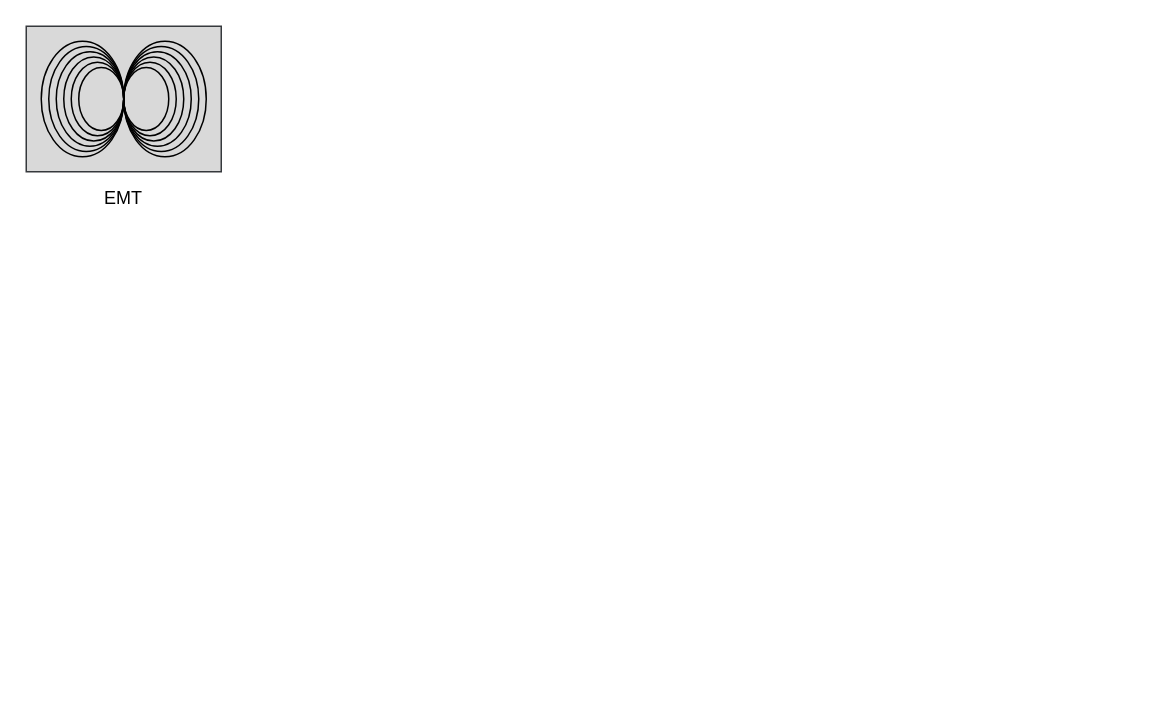
The draw.io diagram framework.drawio in Abigail248/endoscope_orb_slan3, before the edit. Source tidied: cells renumbered, new cells numbered last; positions are measured from the earlier drawing's top-left corner, leaving out a move shared by most shapes. Both pictures are drawn from the tidied source at 150%, with x=0, y=0 at pixel (26, 26). Pictures stored in the file or linked from it are replaced by grey dashed boxes.
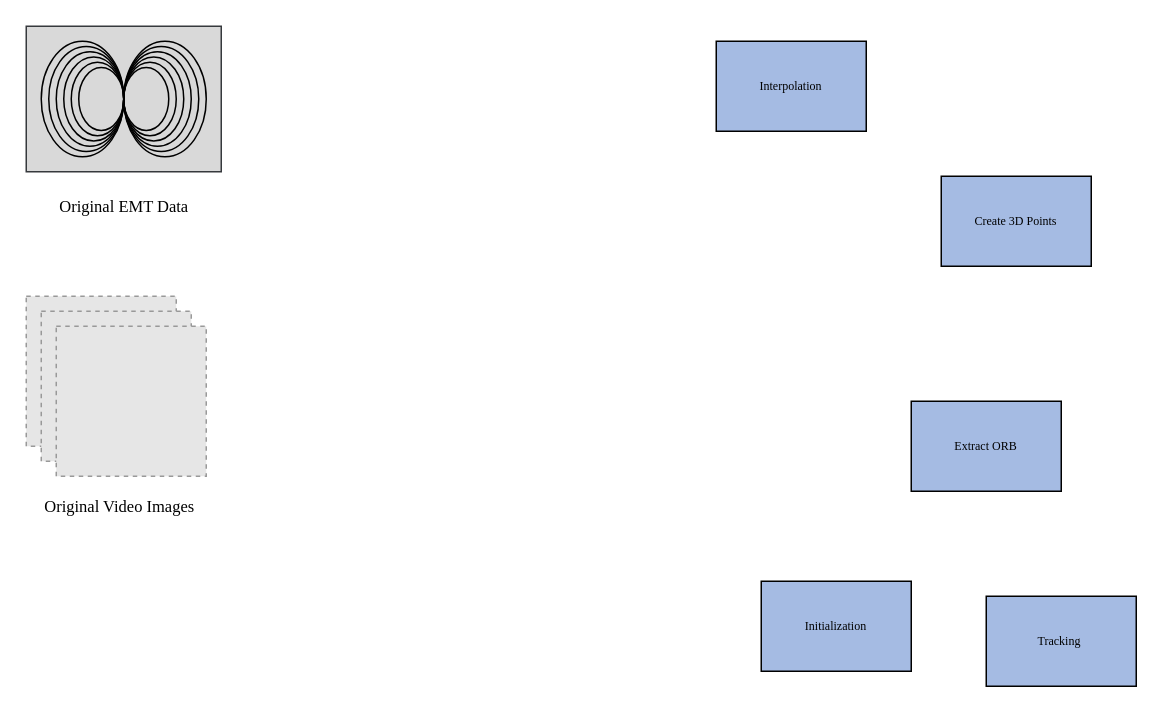
The same page after the edit.

Diff of the diagram source:
```diff
@@
     <mxCell id="2" style="group;" parent="1" vertex="1">
-      <mxGeometry width="130" height="130" as="geometry" />
+      <mxGeometry width="150" height="130" as="geometry" />
     </mxCell>
@@
-    <mxCell id="23" value="EMT" style="text;html=1;strokeColor=none;fillColor=none;align=center;verticalAlign=middle;whiteSpace=wrap;rounded=0;" parent="2" vertex="1">
-      <mxGeometry x="35" y="100" width="60" height="30" as="geometry" />
+    <mxCell id="23" value="&lt;font style=&quot;font-size: 11px;&quot;&gt;Original EMT Data&lt;br&gt;&lt;/font&gt;" style="text;html=1;strokeColor=none;fillColor=none;align=center;verticalAlign=middle;whiteSpace=wrap;rounded=0;fontFamily=Times New Roman;fontSize=8;" parent="2" vertex="1">
+      <mxGeometry x="7.5" y="110" width="115" height="20" as="geometry" />
     </mxCell>
+    <mxCell id="24" value="Interpolation" style="rounded=0;whiteSpace=wrap;html=1;fontFamily=Times New Roman;fontSize=8;fillColor=#A5BBE3;strokeColor=#000000;" parent="1" vertex="1">
+      <mxGeometry x="460" y="10" width="100" height="60" as="geometry" />
+    </mxCell>
+    <mxCell id="25" value="Initialization" style="rounded=0;whiteSpace=wrap;html=1;fontFamily=Times New Roman;fontSize=8;fillColor=#A5BBE3;strokeColor=#000000;" parent="1" vertex="1">
+      <mxGeometry x="490" y="370" width="100" height="60" as="geometry" />
+    </mxCell>
+    <mxCell id="26" value="Create 3D Points" style="rounded=0;whiteSpace=wrap;html=1;fontFamily=Times New Roman;fontSize=8;fillColor=#A5BBE3;strokeColor=#000000;" parent="1" vertex="1">
+      <mxGeometry x="610" y="100" width="100" height="60" as="geometry" />
+    </mxCell>
+    <mxCell id="27" value="Extract ORB" style="rounded=0;whiteSpace=wrap;html=1;fontFamily=Times New Roman;fontSize=8;fillColor=#A5BBE3;strokeColor=#000000;" parent="1" vertex="1">
+      <mxGeometry x="590" y="250" width="100" height="60" as="geometry" />
+    </mxCell>
+    <mxCell id="28" value="Tracking&amp;nbsp;" style="rounded=0;whiteSpace=wrap;html=1;fontFamily=Times New Roman;fontSize=8;fillColor=#A5BBE3;strokeColor=#000000;" parent="1" vertex="1">
+      <mxGeometry x="640" y="380" width="100" height="60" as="geometry" />
+    </mxCell>
+    <mxCell id="29" style="group;" parent="1" vertex="1">
+      <mxGeometry y="180" width="120" height="150" as="geometry" />
+    </mxCell>
+    <mxCell id="30" style="group;" parent="29" vertex="1">
+      <mxGeometry width="120" height="120" as="geometry" />
+    </mxCell>
+    <mxCell id="31" style="fillColor=#E6E6E6;strokeColor=#999999;dashed=1;verticalLabelPosition=bottom;labelBackgroundColor=default;verticalAlign=top;" parent="30" vertex="1">
+      <mxGeometry width="100" height="100" as="geometry" />
+    </mxCell>
+    <mxCell id="32" style="fillColor=#E6E6E6;strokeColor=#999999;dashed=1;verticalLabelPosition=bottom;labelBackgroundColor=default;verticalAlign=top;" parent="30" vertex="1">
+      <mxGeometry x="10" y="10" width="100" height="100" as="geometry" />
+    </mxCell>
+    <mxCell id="33" style="fillColor=#E6E6E6;strokeColor=#999999;dashed=1;verticalLabelPosition=bottom;labelBackgroundColor=default;verticalAlign=top;" parent="30" vertex="1">
+      <mxGeometry x="20" y="20" width="100" height="100" as="geometry" />
+    </mxCell>
+    <mxCell id="34" value="&lt;font style=&quot;font-size: 11px;&quot;&gt;Original Video Images&lt;br&gt;&lt;/font&gt;" style="text;html=1;strokeColor=none;fillColor=none;align=center;verticalAlign=middle;whiteSpace=wrap;rounded=0;fontFamily=Times New Roman;fontSize=8;" parent="29" vertex="1">
+      <mxGeometry x="5" y="130" width="115" height="20" as="geometry" />
+    </mxCell>
```
